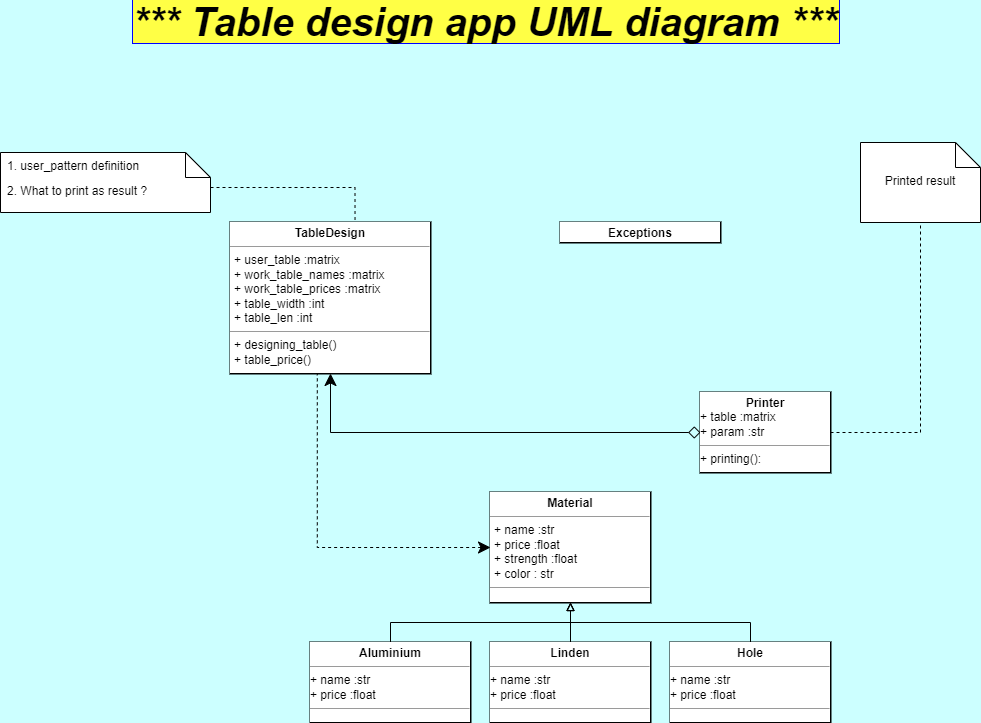
jordrag/Exercises keeps this draw.io diagram as Table/images/Table_design_UML.drawio.png. Above is the earlier version. Source tidied: cells renumbered, new cells last; positions are measured from the earlier drawing's top-left corner, leaving out a move shared by most shapes.
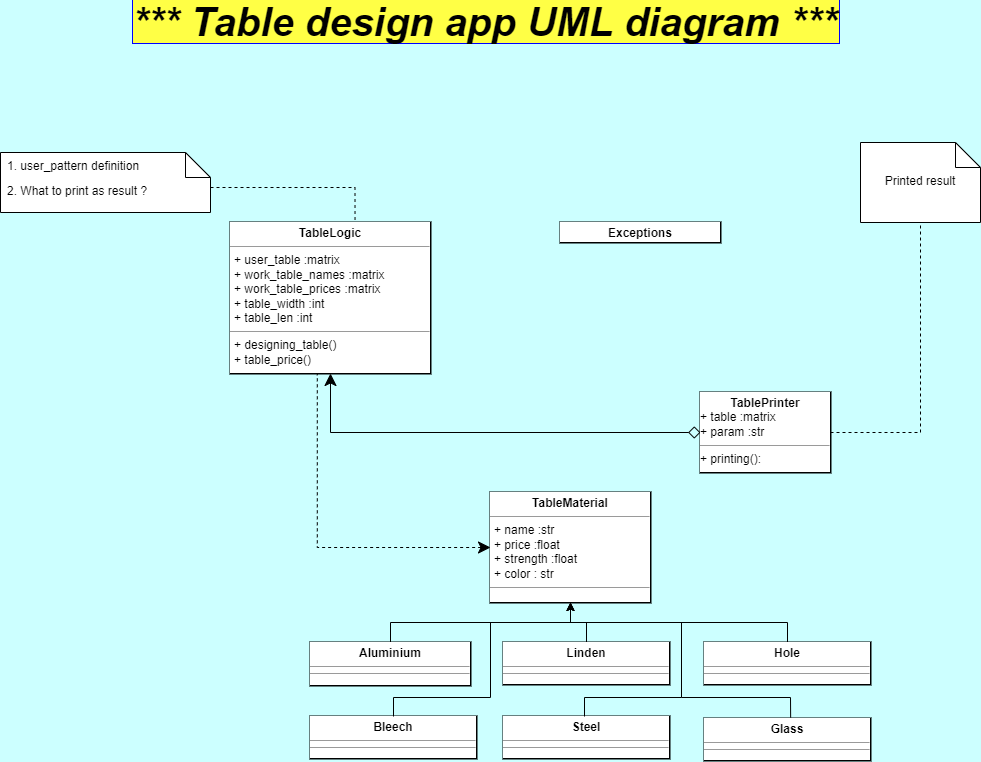
Above is the later version.

Commit message:
with unified names

Diff of the diagram source:
```diff
@@ -11,38 +11,27 @@
         <mxPoint x="354.5" y="207.8" as="targetPoint" />
       </mxGeometry>
     </mxCell>
-    <mxCell id="4" value="&lt;p style=&quot;margin:0px;margin-top:4px;text-align:center;&quot;&gt;&lt;b&gt;TableDesign&lt;/b&gt;&lt;br&gt;&lt;/p&gt;&lt;hr size=&quot;1&quot;&gt;&lt;p style=&quot;margin:0px;margin-left:4px;&quot;&gt;+ user_table :matrix&lt;br&gt;&lt;/p&gt;&lt;p style=&quot;margin:0px;margin-left:4px;&quot;&gt;+ work_table_names :matrix&lt;/p&gt;&lt;p style=&quot;margin:0px;margin-left:4px;&quot;&gt;+ work_table_prices :matrix&lt;/p&gt;&lt;p style=&quot;margin:0px;margin-left:4px;&quot;&gt;+ table_width :int&lt;br&gt;&lt;/p&gt;&lt;p style=&quot;margin:0px;margin-left:4px;&quot;&gt;+ table_len :int&lt;br&gt;&lt;/p&gt;&lt;hr size=&quot;1&quot;&gt;&lt;p style=&quot;margin:0px;margin-left:4px;&quot;&gt;+ designing_table()&lt;/p&gt;&lt;p style=&quot;margin:0px;margin-left:4px;&quot;&gt;+ table_price()&lt;br&gt;&lt;/p&gt;&lt;hr size=&quot;1&quot;&gt;&amp;nbsp;&lt;p style=&quot;margin:0px;margin-left:4px;&quot;&gt;&amp;nbsp;&lt;/p&gt;" style="verticalAlign=top;align=left;overflow=fill;fontSize=12;fontFamily=Helvetica;html=1;rounded=0;glass=0;labelBackgroundColor=#FFFFFF;labelBorderColor=none;fillColor=none;perimeterSpacing=0;strokeColor=default;strokeWidth=2;fillStyle=solid;gradientColor=default;" parent="1" vertex="1">
+    <mxCell id="4" value="&lt;p style=&quot;margin: 0px ; margin-top: 4px ; text-align: center&quot;&gt;&lt;b&gt;TableLogic&lt;/b&gt;&lt;br&gt;&lt;/p&gt;&lt;hr size=&quot;1&quot;&gt;&lt;p style=&quot;margin: 0px ; margin-left: 4px&quot;&gt;+ user_table :matrix&lt;br&gt;&lt;/p&gt;&lt;p style=&quot;margin: 0px ; margin-left: 4px&quot;&gt;+ work_table_names :matrix&lt;/p&gt;&lt;p style=&quot;margin: 0px ; margin-left: 4px&quot;&gt;+ work_table_prices :matrix&lt;/p&gt;&lt;p style=&quot;margin: 0px ; margin-left: 4px&quot;&gt;+ table_width :int&lt;br&gt;&lt;/p&gt;&lt;p style=&quot;margin: 0px ; margin-left: 4px&quot;&gt;+ table_len :int&lt;br&gt;&lt;/p&gt;&lt;hr size=&quot;1&quot;&gt;&lt;p style=&quot;margin: 0px ; margin-left: 4px&quot;&gt;+ designing_table()&lt;/p&gt;&lt;p style=&quot;margin: 0px ; margin-left: 4px&quot;&gt;+ table_price()&lt;br&gt;&lt;/p&gt;&lt;hr size=&quot;1&quot;&gt;&amp;nbsp;&lt;p style=&quot;margin: 0px ; margin-left: 4px&quot;&gt;&amp;nbsp;&lt;/p&gt;" style="verticalAlign=top;align=left;overflow=fill;fontSize=12;fontFamily=Helvetica;html=1;rounded=0;glass=0;labelBackgroundColor=#FFFFFF;labelBorderColor=none;fillColor=none;perimeterSpacing=0;strokeColor=default;strokeWidth=2;fillStyle=solid;gradientColor=default;" parent="1" vertex="1">
       <mxGeometry x="230" y="210" width="200" height="151" as="geometry" />
     </mxCell>
     <mxCell id="5" style="edgeStyle=orthogonalEdgeStyle;rounded=0;jettySize=auto;html=1;exitX=0;exitY=0.5;exitDx=0;exitDy=0;entryX=0.434;entryY=1.002;entryDx=0;entryDy=0;entryPerimeter=0;startArrow=classic;startFill=1;endArrow=none;endFill=0;endSize=10;startSize=10;dashed=1;" parent="1" edge="1" source="6" target="4">
       <mxGeometry relative="1" as="geometry" />
     </mxCell>
-    <mxCell id="6" value="&lt;p style=&quot;margin:0px;margin-top:4px;text-align:center;&quot;&gt;&lt;b&gt;Material&lt;/b&gt;&lt;br&gt;&lt;/p&gt;&lt;hr size=&quot;1&quot;&gt;&lt;p style=&quot;margin:0px;margin-left:4px;&quot;&gt;+ name :str&lt;br&gt;&lt;/p&gt;&lt;p style=&quot;margin:0px;margin-left:4px;&quot;&gt;+ price :float&lt;br&gt;&lt;/p&gt;&lt;p style=&quot;margin:0px;margin-left:4px;&quot;&gt;+ strength :float&lt;br&gt;&lt;/p&gt;&lt;p style=&quot;margin:0px;margin-left:4px;&quot;&gt;+ color : str&lt;/p&gt;&lt;hr size=&quot;1&quot;&gt;" style="verticalAlign=top;align=left;overflow=fill;fontSize=12;fontFamily=Helvetica;html=1;rounded=0;glass=0;labelBackgroundColor=#FFFFFF;labelBorderColor=none;fillColor=none;perimeterSpacing=0;strokeColor=default;strokeWidth=2;fillStyle=solid;gradientColor=default;" parent="1" vertex="1">
+    <mxCell id="6" value="&lt;p style=&quot;margin: 0px ; margin-top: 4px ; text-align: center&quot;&gt;&lt;b&gt;TableMaterial&lt;/b&gt;&lt;br&gt;&lt;/p&gt;&lt;hr size=&quot;1&quot;&gt;&lt;p style=&quot;margin: 0px ; margin-left: 4px&quot;&gt;+ name :str&lt;br&gt;&lt;/p&gt;&lt;p style=&quot;margin: 0px ; margin-left: 4px&quot;&gt;+ price :float&lt;br&gt;&lt;/p&gt;&lt;p style=&quot;margin: 0px ; margin-left: 4px&quot;&gt;+ strength :float&lt;br&gt;&lt;/p&gt;&lt;p style=&quot;margin: 0px ; margin-left: 4px&quot;&gt;+ color : str&lt;/p&gt;&lt;hr size=&quot;1&quot;&gt;" style="verticalAlign=top;align=left;overflow=fill;fontSize=12;fontFamily=Helvetica;html=1;rounded=0;glass=0;labelBackgroundColor=#FFFFFF;labelBorderColor=none;fillColor=none;perimeterSpacing=0;strokeColor=default;strokeWidth=2;fillStyle=solid;gradientColor=default;" parent="1" vertex="1">
       <mxGeometry x="490" y="480" width="160" height="110" as="geometry" />
     </mxCell>
-    <mxCell id="7" style="edgeStyle=orthogonalEdgeStyle;rounded=0;jettySize=auto;html=1;exitX=0.5;exitY=0;exitDx=0;exitDy=0;entryX=0.5;entryY=1;entryDx=0;entryDy=0;fontSize=16;endArrow=block;endFill=0;" parent="1" edge="1" source="8" target="6">
+    <mxCell id="7" style="edgeStyle=orthogonalEdgeStyle;rounded=0;jettySize=auto;html=1;exitX=0.5;exitY=0;exitDx=0;exitDy=0;" parent="1" edge="1" source="8" target="6">
       <mxGeometry relative="1" as="geometry" />
     </mxCell>
-    <mxCell id="8" value="&lt;p style=&quot;margin:0px;margin-top:4px;text-align:center;&quot;&gt;&lt;b&gt;Aluminium&lt;/b&gt;&lt;br&gt;&lt;/p&gt;&lt;hr size=&quot;1&quot;&gt;+ name :str&lt;br&gt;+ price :float&lt;hr size=&quot;1&quot;&gt;" style="verticalAlign=top;align=left;overflow=fill;fontSize=12;fontFamily=Helvetica;html=1;rounded=0;glass=0;labelBackgroundColor=#FFFFFF;labelBorderColor=none;fillColor=none;perimeterSpacing=0;strokeColor=default;strokeWidth=2;fillStyle=solid;gradientColor=default;" parent="1" vertex="1">
-      <mxGeometry x="310" y="630" width="160" height="80" as="geometry" />
+    <mxCell id="8" value="&lt;p style=&quot;margin: 0px ; margin-top: 4px ; text-align: center&quot;&gt;&lt;b&gt;Aluminium&lt;/b&gt;&lt;br&gt;&lt;/p&gt;&lt;hr size=&quot;1&quot;&gt;&lt;hr size=&quot;1&quot;&gt;" style="verticalAlign=top;align=left;overflow=fill;fontSize=12;fontFamily=Helvetica;html=1;rounded=0;glass=0;labelBackgroundColor=#FFFFFF;labelBorderColor=none;fillColor=none;perimeterSpacing=0;strokeColor=default;strokeWidth=2;fillStyle=solid;gradientColor=default;" parent="1" vertex="1">
+      <mxGeometry x="310" y="630" width="160" height="43" as="geometry" />
     </mxCell>
-    <mxCell id="9" style="edgeStyle=orthogonalEdgeStyle;rounded=0;jettySize=auto;html=1;exitX=0.5;exitY=0;exitDx=0;exitDy=0;fontSize=16;" parent="1" edge="1" source="11">
-      <mxGeometry relative="1" as="geometry">
-        <mxPoint x="570" y="630" as="targetPoint" />
-      </mxGeometry>
-    </mxCell>
-    <mxCell id="10" style="edgeStyle=orthogonalEdgeStyle;rounded=0;jettySize=auto;html=1;exitX=0.5;exitY=0;exitDx=0;exitDy=0;entryX=0.5;entryY=1;entryDx=0;entryDy=0;fontSize=16;endArrow=block;endFill=0;" parent="1" edge="1" source="11" target="6">
+    <mxCell id="10" style="edgeStyle=orthogonalEdgeStyle;rounded=0;jettySize=auto;html=1;exitX=0.5;exitY=0;exitDx=0;exitDy=0;entryX=0.5;entryY=1;entryDx=0;entryDy=0;" parent="1" edge="1" source="11" target="6">
       <mxGeometry relative="1" as="geometry" />
     </mxCell>
-    <mxCell id="11" value="&lt;p style=&quot;margin:0px;margin-top:4px;text-align:center;&quot;&gt;&lt;b&gt;Linden&lt;/b&gt;&lt;br&gt;&lt;/p&gt;&lt;hr size=&quot;1&quot;&gt;+ name :str&lt;br&gt;+ price :float&lt;hr size=&quot;1&quot;&gt;" style="verticalAlign=top;align=left;overflow=fill;fontSize=12;fontFamily=Helvetica;html=1;rounded=0;glass=0;labelBackgroundColor=#FFFFFF;labelBorderColor=none;fillColor=none;perimeterSpacing=0;strokeColor=default;strokeWidth=2;fillStyle=solid;gradientColor=default;" parent="1" vertex="1">
-      <mxGeometry x="490" y="630" width="160" height="80" as="geometry" />
+    <mxCell id="11" value="&lt;p style=&quot;margin: 0px ; margin-top: 4px ; text-align: center&quot;&gt;&lt;b&gt;Linden&lt;/b&gt;&lt;br&gt;&lt;/p&gt;&lt;hr size=&quot;1&quot;&gt;&lt;hr size=&quot;1&quot;&gt;" style="verticalAlign=top;align=left;overflow=fill;fontSize=12;fontFamily=Helvetica;html=1;rounded=0;glass=0;labelBackgroundColor=#FFFFFF;labelBorderColor=none;fillColor=none;perimeterSpacing=0;strokeColor=default;strokeWidth=2;fillStyle=solid;gradientColor=default;" parent="1" vertex="1">
+      <mxGeometry x="503" y="630" width="166" height="42" as="geometry" />
     </mxCell>
-    <mxCell id="12" style="edgeStyle=orthogonalEdgeStyle;jettySize=auto;html=1;exitX=0.5;exitY=0;exitDx=0;exitDy=0;entryX=0.5;entryY=1;entryDx=0;entryDy=0;fontSize=16;endArrow=block;endFill=0;rounded=0;startArrow=none;startFill=0;" parent="1" edge="1" source="13" target="6">
-      <mxGeometry relative="1" as="geometry" />
-    </mxCell>
-    <mxCell id="13" value="&lt;p style=&quot;margin:0px;margin-top:4px;text-align:center;&quot;&gt;&lt;b&gt;Hole&lt;/b&gt;&lt;br&gt;&lt;/p&gt;&lt;hr size=&quot;1&quot;&gt;+ name :str&lt;br&gt;+ price :float&lt;hr size=&quot;1&quot;&gt;" style="verticalAlign=top;align=left;overflow=fill;fontSize=12;fontFamily=Helvetica;html=1;rounded=0;glass=0;labelBackgroundColor=#FFFFFF;labelBorderColor=none;fillColor=none;perimeterSpacing=0;strokeColor=default;strokeWidth=2;fillStyle=solid;gradientColor=default;" parent="1" vertex="1">
-      <mxGeometry x="670" y="630" width="160" height="80" as="geometry" />
-    </mxCell>
     <mxCell id="14" style="edgeStyle=orthogonalEdgeStyle;rounded=0;jettySize=auto;html=1;exitX=0;exitY=0.5;exitDx=0;exitDy=0;startArrow=diamond;startFill=0;endArrow=classic;endFill=1;startSize=10;endSize=10;sourcePerimeterSpacing=0;" parent="1" edge="1" source="20" target="4">
       <mxGeometry relative="1" as="geometry" />
     </mxCell>
@@ -61,8 +50,50 @@
     <mxCell id="19" value="Printed result" style="shape=note2;boundedLbl=1;whiteSpace=wrap;html=1;size=25;verticalAlign=top;align=center;" parent="1" vertex="1">
       <mxGeometry x="860" y="130" width="120" height="80" as="geometry" />
     </mxCell>
-    <mxCell id="20" value="&lt;p style=&quot;margin:0px;margin-top:4px;text-align:center;&quot;&gt;&lt;b&gt;Printer&lt;/b&gt;&lt;br&gt;&lt;/p&gt;&lt;div&gt;+ table :matrix&lt;br&gt;&lt;/div&gt;&lt;div&gt;+ param :str&lt;br&gt;&lt;/div&gt;&lt;hr size=&quot;1&quot;&gt;&lt;div&gt;+ printing():&lt;/div&gt;&lt;hr size=&quot;1&quot;&gt;" style="verticalAlign=top;align=left;overflow=fill;fontSize=12;fontFamily=Helvetica;html=1;rounded=0;glass=0;labelBackgroundColor=#FFFFFF;labelBorderColor=none;fillColor=none;perimeterSpacing=0;strokeColor=default;strokeWidth=2;fillStyle=solid;gradientColor=default;" parent="1" vertex="1">
+    <mxCell id="20" value="&lt;p style=&quot;margin: 0px ; margin-top: 4px ; text-align: center&quot;&gt;&lt;b&gt;TablePrinter&lt;/b&gt;&lt;br&gt;&lt;/p&gt;&lt;div&gt;+ table :matrix&lt;br&gt;&lt;/div&gt;&lt;div&gt;+ param :str&lt;br&gt;&lt;/div&gt;&lt;hr size=&quot;1&quot;&gt;&lt;div&gt;+ printing():&lt;/div&gt;&lt;hr size=&quot;1&quot;&gt;" style="verticalAlign=top;align=left;overflow=fill;fontSize=12;fontFamily=Helvetica;html=1;rounded=0;glass=0;labelBackgroundColor=#FFFFFF;labelBorderColor=none;fillColor=none;perimeterSpacing=0;strokeColor=default;strokeWidth=2;fillStyle=solid;gradientColor=default;" parent="1" vertex="1">
       <mxGeometry x="700" y="380" width="130" height="80" as="geometry" />
     </mxCell>
+    <mxCell id="21" style="edgeStyle=orthogonalEdgeStyle;rounded=0;jettySize=auto;html=1;exitX=0.5;exitY=0;exitDx=0;exitDy=0;entryX=0.5;entryY=1;entryDx=0;entryDy=0;" parent="1" edge="1" source="22" target="6">
+      <mxGeometry relative="1" as="geometry" />
+    </mxCell>
+    <mxCell id="22" value="&lt;p style=&quot;margin: 0px ; margin-top: 4px ; text-align: center&quot;&gt;&lt;b&gt;Hole&lt;/b&gt;&lt;/p&gt;&lt;hr size=&quot;1&quot;&gt;&lt;hr size=&quot;1&quot;&gt;" style="verticalAlign=top;align=left;overflow=fill;fontSize=12;fontFamily=Helvetica;html=1;rounded=0;glass=0;labelBackgroundColor=#FFFFFF;labelBorderColor=none;fillColor=none;perimeterSpacing=0;strokeColor=default;strokeWidth=2;fillStyle=solid;gradientColor=default;" parent="1" vertex="1">
+      <mxGeometry x="704" y="630" width="166" height="42" as="geometry" />
+    </mxCell>
+    <mxCell id="23" value="&lt;p style=&quot;margin: 0px ; margin-top: 4px ; text-align: center&quot;&gt;&lt;b&gt;Bleech&lt;/b&gt;&lt;br&gt;&lt;/p&gt;&lt;hr size=&quot;1&quot;&gt;&lt;hr size=&quot;1&quot;&gt;" style="verticalAlign=top;align=left;overflow=fill;fontSize=12;fontFamily=Helvetica;html=1;rounded=0;glass=0;labelBackgroundColor=#FFFFFF;labelBorderColor=none;fillColor=none;perimeterSpacing=0;strokeColor=default;strokeWidth=2;fillStyle=solid;gradientColor=default;" parent="1" vertex="1">
+      <mxGeometry x="310" y="704" width="166" height="42" as="geometry" />
+    </mxCell>
+    <mxCell id="24" value="&lt;p style=&quot;margin: 0px ; margin-top: 4px ; text-align: center&quot;&gt;&lt;b&gt;Steel&lt;/b&gt;&lt;/p&gt;&lt;hr size=&quot;1&quot;&gt;&lt;hr size=&quot;1&quot;&gt;" style="verticalAlign=top;align=left;overflow=fill;fontSize=12;fontFamily=Helvetica;html=1;rounded=0;glass=0;labelBackgroundColor=#FFFFFF;labelBorderColor=none;fillColor=none;perimeterSpacing=0;strokeColor=default;strokeWidth=2;fillStyle=solid;gradientColor=default;" parent="1" vertex="1">
+      <mxGeometry x="503" y="704" width="166" height="42" as="geometry" />
+    </mxCell>
+    <mxCell id="25" value="&lt;p style=&quot;margin: 0px ; margin-top: 4px ; text-align: center&quot;&gt;&lt;b&gt;Glass&lt;/b&gt;&lt;/p&gt;&lt;hr size=&quot;1&quot;&gt;&lt;hr size=&quot;1&quot;&gt;" style="verticalAlign=top;align=left;overflow=fill;fontSize=12;fontFamily=Helvetica;html=1;rounded=0;glass=0;labelBackgroundColor=#FFFFFF;labelBorderColor=none;fillColor=none;perimeterSpacing=0;strokeColor=default;strokeWidth=2;fillStyle=solid;gradientColor=default;" parent="1" vertex="1">
+      <mxGeometry x="704" y="706" width="166" height="42" as="geometry" />
+    </mxCell>
+    <mxCell id="26" style="endArrow=none;html=1;rounded=0;exitX=0.5;exitY=0;exitDx=0;exitDy=0;" parent="1" edge="1" source="23">
+      <mxGeometry relative="1" as="geometry">
+        <mxPoint x="490" y="610" as="targetPoint" />
+        <Array as="points">
+          <mxPoint x="393" y="685" />
+          <mxPoint x="490" y="685" />
+        </Array>
+      </mxGeometry>
+    </mxCell>
+    <mxCell id="27" style="endArrow=none;html=1;rounded=0;exitX=0.5;exitY=0;exitDx=0;exitDy=0;" parent="1" edge="1">
+      <mxGeometry relative="1" as="geometry">
+        <mxPoint x="584" y="704" as="sourcePoint" />
+        <mxPoint x="681" y="610" as="targetPoint" />
+        <Array as="points">
+          <mxPoint x="584" y="685" />
+          <mxPoint x="681" y="685" />
+        </Array>
+      </mxGeometry>
+    </mxCell>
+    <mxCell id="28" style="endArrow=none;html=1;rounded=0;entryX=0.519;entryY=-0.021;entryDx=0;entryDy=0;entryPerimeter=0;" parent="1" edge="1" target="25">
+      <mxGeometry relative="1" as="geometry">
+        <mxPoint x="681" y="685" as="sourcePoint" />
+        <Array as="points">
+          <mxPoint x="790" y="685" />
+        </Array>
+      </mxGeometry>
+    </mxCell>
   </root>
 </mxGraphModel>
```
